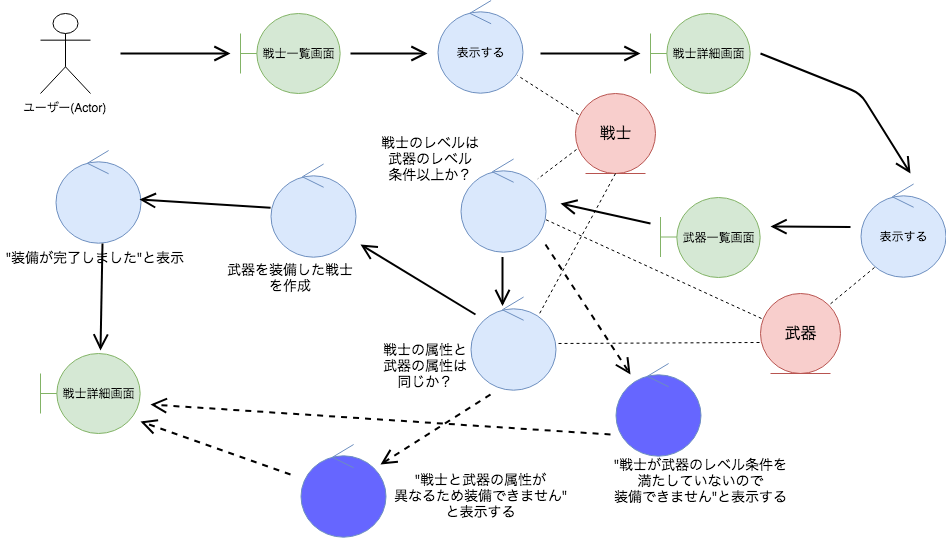
Earlier version of the draw.io export assets/img/robustness/first-robustness-diagram.png (s10myk4/scalamatsuri2019-slide). Source tidied: cells renumbered, new cells last; positions are measured from the earlier drawing's top-left corner, leaving out a move shared by most shapes. The source it was exported from:
```xml
<mxGraphModel>
  <root>
    <mxCell id="0" />
    <mxCell id="1" parent="0" />
    <mxCell id="2" value="&lt;span style=&quot;font-weight: normal&quot;&gt;戦士一覧画面&lt;/span&gt;" style="shape=umlBoundary;whiteSpace=wrap;html=1;fillColor=#d5e8d4;strokeColor=#82b366;fontStyle=1;" parent="1" vertex="1">
      <mxGeometry x="240" y="13" width="100" height="80" as="geometry" />
    </mxCell>
    <mxCell id="3" value="ユーザー(Actor)" style="shape=umlActor;verticalLabelPosition=bottom;labelBackgroundColor=#ffffff;verticalAlign=top;html=1;" parent="1" vertex="1">
      <mxGeometry x="40" y="13" width="50" height="80" as="geometry" />
    </mxCell>
    <mxCell id="4" value="&lt;font style=&quot;font-size: 12px&quot;&gt;戦士詳細画面&lt;/font&gt;" style="shape=umlBoundary;whiteSpace=wrap;html=1;fillColor=#d5e8d4;strokeColor=#82b366;" parent="1" vertex="1">
      <mxGeometry x="650" y="13" width="100" height="80" as="geometry" />
    </mxCell>
    <mxCell id="5" value="戦士詳細画面" style="shape=umlBoundary;whiteSpace=wrap;html=1;fillColor=#d5e8d4;strokeColor=#82b366;" parent="1" vertex="1">
      <mxGeometry x="40" y="353" width="100" height="80" as="geometry" />
    </mxCell>
    <mxCell id="6" style="endArrow=open;endFill=0;endSize=12;html=1;strokeWidth=2;rounded=1;jumpSize=6;" parent="1" edge="1">
      <mxGeometry relative="1" as="geometry">
        <mxPoint x="120" y="53" as="sourcePoint" />
        <mxPoint x="230" y="53" as="targetPoint" />
      </mxGeometry>
    </mxCell>
    <mxCell id="7" style="endArrow=open;endFill=0;endSize=12;html=1;strokeWidth=2;rounded=1;jumpSize=6;" parent="1" edge="1">
      <mxGeometry relative="1" as="geometry">
        <mxPoint x="350" y="53" as="sourcePoint" />
        <mxPoint x="427" y="53" as="targetPoint" />
      </mxGeometry>
    </mxCell>
    <mxCell id="8" style="endArrow=open;endFill=0;endSize=12;html=1;strokeWidth=2;rounded=1;jumpSize=6;" parent="1" edge="1">
      <mxGeometry relative="1" as="geometry">
        <mxPoint x="540" y="53" as="sourcePoint" />
        <mxPoint x="640" y="53" as="targetPoint" />
      </mxGeometry>
    </mxCell>
    <mxCell id="9" style="endArrow=open;endFill=0;endSize=12;html=1;strokeWidth=2;rounded=1;jumpSize=6;" parent="1" edge="1">
      <mxGeometry relative="1" as="geometry">
        <mxPoint x="760" y="53" as="sourcePoint" />
        <mxPoint x="910" y="173" as="targetPoint" />
        <Array as="points">
          <mxPoint x="860" y="93" />
        </Array>
      </mxGeometry>
    </mxCell>
    <mxCell id="10" style="endArrow=open;endFill=0;endSize=12;html=1;strokeWidth=2;rounded=1;jumpSize=6;" parent="1" edge="1">
      <mxGeometry relative="1" as="geometry">
        <mxPoint x="650" y="223" as="sourcePoint" />
        <mxPoint x="560" y="203" as="targetPoint" />
      </mxGeometry>
    </mxCell>
    <mxCell id="11" style="endArrow=open;endFill=0;endSize=12;html=1;strokeWidth=2;rounded=1;jumpSize=6;" parent="1" edge="1">
      <mxGeometry relative="1" as="geometry">
        <mxPoint x="850" y="226.5" as="sourcePoint" />
        <mxPoint x="770" y="226" as="targetPoint" />
      </mxGeometry>
    </mxCell>
    <mxCell id="12" style="endArrow=open;endFill=0;endSize=12;html=1;strokeWidth=2;rounded=1;jumpSize=6;" parent="1" edge="1">
      <mxGeometry relative="1" as="geometry">
        <mxPoint x="475" y="314" as="sourcePoint" />
        <mxPoint x="360" y="244" as="targetPoint" />
      </mxGeometry>
    </mxCell>
    <mxCell id="13" value="&lt;span&gt;表示する&lt;/span&gt;" style="ellipse;shape=umlControl;whiteSpace=wrap;html=1;fillColor=#dae8fc;strokeColor=#6c8ebf;" parent="1" vertex="1">
      <mxGeometry x="437.5" width="85" height="93" as="geometry" />
    </mxCell>
    <mxCell id="14" style="ellipse;shape=umlControl;whiteSpace=wrap;html=1;fillColor=#dae8fc;strokeColor=#6c8ebf;" parent="1" vertex="1">
      <mxGeometry x="270" y="163.5" width="85" height="93" as="geometry" />
    </mxCell>
    <mxCell id="15" style="ellipse;shape=umlControl;whiteSpace=wrap;html=1;fillColor=#dae8fc;strokeColor=#6c8ebf;" parent="1" vertex="1">
      <mxGeometry x="460" y="158.5" width="85" height="93" as="geometry" />
    </mxCell>
    <mxCell id="16" style="ellipse;shape=umlControl;whiteSpace=wrap;html=1;fillColor=#dae8fc;strokeColor=#6c8ebf;" parent="1" vertex="1">
      <mxGeometry x="470" y="296.5" width="85" height="93" as="geometry" />
    </mxCell>
    <mxCell id="17" value="&lt;font style=&quot;font-size: 12px&quot;&gt;武器一覧画面&lt;/font&gt;&lt;br&gt;" style="shape=umlBoundary;whiteSpace=wrap;html=1;fillColor=#d5e8d4;strokeColor=#82b366;" parent="1" vertex="1">
      <mxGeometry x="660" y="196.5" width="100" height="80" as="geometry" />
    </mxCell>
    <mxCell id="18" style="ellipse;shape=umlControl;whiteSpace=wrap;html=1;fillColor=#6666FF;strokeColor=#6c8ebf;" parent="1" vertex="1">
      <mxGeometry x="615" y="363" width="85" height="93" as="geometry" />
    </mxCell>
    <mxCell id="19" style="ellipse;shape=umlControl;whiteSpace=wrap;html=1;fillColor=#dae8fc;strokeColor=#6c8ebf;" parent="1" vertex="1">
      <mxGeometry x="55" y="150" width="85" height="93" as="geometry" />
    </mxCell>
    <mxCell id="20" style="endArrow=open;endFill=0;endSize=12;html=1;strokeWidth=2;rounded=1;jumpSize=6;entryX=0.988;entryY=0.527;entryDx=0;entryDy=0;entryPerimeter=0;" parent="1" edge="1" source="14" target="19">
      <mxGeometry relative="1" as="geometry" />
    </mxCell>
    <mxCell id="21" style="endArrow=open;endFill=0;endSize=12;html=1;strokeWidth=2;rounded=1;jumpSize=6;entryX=0.6;entryY=-0.037;entryDx=0;entryDy=0;entryPerimeter=0;exitX=0.553;exitY=1;exitDx=0;exitDy=0;exitPerimeter=0;" parent="1" edge="1" source="19" target="5">
      <mxGeometry relative="1" as="geometry" />
    </mxCell>
    <mxCell id="22" style="ellipse;shape=umlControl;whiteSpace=wrap;html=1;fillColor=#6666FF;strokeColor=#6c8ebf;" parent="1" vertex="1">
      <mxGeometry x="300" y="444" width="85" height="93" as="geometry" />
    </mxCell>
    <mxCell id="23" style="endArrow=open;endFill=0;endSize=12;html=1;strokeWidth=2;rounded=1;jumpSize=6;" parent="1" edge="1">
      <mxGeometry relative="1" as="geometry">
        <mxPoint x="502" y="256.5" as="sourcePoint" />
        <mxPoint x="502" y="305.5" as="targetPoint" />
      </mxGeometry>
    </mxCell>
    <mxCell id="24" style="endArrow=none;endFill=0;endSize=12;html=1;strokeWidth=1;rounded=1;jumpSize=6;dashed=1;entryX=0.935;entryY=0.806;entryDx=0;entryDy=0;entryPerimeter=0;exitX=0.038;exitY=0.263;exitDx=0;exitDy=0;exitPerimeter=0;" parent="1" edge="1" source="38" target="13">
      <mxGeometry relative="1" as="geometry" />
    </mxCell>
    <mxCell id="25" value="&lt;font style=&quot;font-size: 16px&quot;&gt;武器&lt;/font&gt;&lt;br&gt;" style="ellipse;shape=umlEntity;whiteSpace=wrap;html=1;fillColor=#f8cecc;strokeColor=#b85450;" parent="1" vertex="1">
      <mxGeometry x="760" y="293" width="80" height="80" as="geometry" />
    </mxCell>
    <mxCell id="26" value="&lt;font style=&quot;font-size: 12px&quot;&gt;表示する&lt;/font&gt;" style="ellipse;shape=umlControl;whiteSpace=wrap;html=1;fillColor=#dae8fc;strokeColor=#6c8ebf;" parent="1" vertex="1">
      <mxGeometry x="860" y="183.5" width="85" height="93" as="geometry" />
    </mxCell>
    <mxCell id="27" value="&lt;font style=&quot;font-size: 14px&quot;&gt;&quot;装備が完了しました&quot;と表示&lt;/font&gt;" style="text;html=1;align=center;verticalAlign=middle;fillColor=none;strokeColor=none;rounded=0;" parent="1" vertex="1">
      <mxGeometry y="246.5" width="190" height="20" as="geometry" />
    </mxCell>
    <mxCell id="28" value="&lt;span style=&quot;font-size: 14px&quot;&gt;武器を装備した戦士&lt;br&gt;を作成&lt;/span&gt;" style="text;html=1;align=center;verticalAlign=middle;fillColor=none;strokeColor=none;rounded=0;" parent="1" vertex="1">
      <mxGeometry x="220" y="257" width="140" height="40" as="geometry" />
    </mxCell>
    <mxCell id="29" value="&lt;span style=&quot;font-size: 14px&quot;&gt;戦士のレベルは&lt;br&gt;武器のレベル&lt;br&gt;条件以上か？&lt;/span&gt;" style="text;html=1;align=center;verticalAlign=middle;fillColor=none;strokeColor=none;rounded=0;" parent="1" vertex="1">
      <mxGeometry x="375" y="133" width="110" height="50" as="geometry" />
    </mxCell>
    <mxCell id="30" value="&lt;span style=&quot;font-size: 14px&quot;&gt;戦士の属性と&lt;br&gt;武器の属性は&lt;br&gt;同じか？&lt;/span&gt;" style="text;html=1;align=center;verticalAlign=middle;fillColor=none;strokeColor=none;rounded=0;" parent="1" vertex="1">
      <mxGeometry x="375" y="339.5" width="100" height="50" as="geometry" />
    </mxCell>
    <mxCell id="31" style="endArrow=open;endFill=0;endSize=12;html=1;strokeWidth=2;rounded=1;jumpSize=6;dashed=1;" parent="1" edge="1">
      <mxGeometry relative="1" as="geometry">
        <mxPoint x="545" y="244" as="sourcePoint" />
        <mxPoint x="630" y="374" as="targetPoint" />
      </mxGeometry>
    </mxCell>
    <mxCell id="32" value="&lt;span style=&quot;font-size: 14px&quot;&gt;&quot;戦士と武器の属性が&lt;br&gt;異なるため装備できません&quot;&lt;br&gt;と表示する&lt;/span&gt;" style="text;html=1;align=center;verticalAlign=middle;fillColor=none;strokeColor=none;rounded=0;" parent="1" vertex="1">
      <mxGeometry x="385" y="469.5" width="190" height="50" as="geometry" />
    </mxCell>
    <mxCell id="33" value="&lt;span style=&quot;font-size: 14px&quot;&gt;&quot;戦士が武器のレベル条件を&lt;br&gt;満たしていないので&lt;br&gt;装備できません&quot;と表示する&lt;/span&gt;" style="text;html=1;align=center;verticalAlign=middle;fillColor=none;strokeColor=none;rounded=0;" parent="1" vertex="1">
      <mxGeometry x="605" y="454.5" width="190" height="50" as="geometry" />
    </mxCell>
    <mxCell id="34" style="endArrow=open;endFill=0;endSize=12;html=1;strokeWidth=2;rounded=1;jumpSize=6;dashed=1;" parent="1" edge="1">
      <mxGeometry relative="1" as="geometry">
        <mxPoint x="490" y="394" as="sourcePoint" />
        <mxPoint x="380" y="464" as="targetPoint" />
      </mxGeometry>
    </mxCell>
    <mxCell id="35" style="endArrow=open;endFill=0;endSize=12;html=1;strokeWidth=2;rounded=1;jumpSize=6;dashed=1;" parent="1" edge="1">
      <mxGeometry relative="1" as="geometry">
        <mxPoint x="610" y="434" as="sourcePoint" />
        <mxPoint x="150" y="404" as="targetPoint" />
      </mxGeometry>
    </mxCell>
    <mxCell id="36" style="endArrow=open;endFill=0;endSize=12;html=1;strokeWidth=2;rounded=1;jumpSize=6;dashed=1;" parent="1" edge="1">
      <mxGeometry relative="1" as="geometry">
        <mxPoint x="290" y="474" as="sourcePoint" />
        <mxPoint x="140" y="421" as="targetPoint" />
      </mxGeometry>
    </mxCell>
    <mxCell id="37" style="endArrow=none;endFill=0;endSize=12;html=1;strokeWidth=1;rounded=1;jumpSize=6;entryX=1;entryY=0;entryDx=0;entryDy=0;exitX=0.165;exitY=0.898;exitDx=0;exitDy=0;exitPerimeter=0;dashed=1;" parent="1" edge="1" source="26" target="25">
      <mxGeometry relative="1" as="geometry" />
    </mxCell>
    <mxCell id="38" value="&lt;font style=&quot;font-size: 16px&quot;&gt;戦士&lt;/font&gt;" style="ellipse;shape=umlEntity;whiteSpace=wrap;html=1;fillColor=#f8cecc;strokeColor=#b85450;" parent="1" vertex="1">
      <mxGeometry x="575" y="93" width="80" height="80" as="geometry" />
    </mxCell>
    <mxCell id="39" style="endArrow=none;endFill=0;endSize=12;html=1;strokeWidth=1;rounded=1;jumpSize=6;dashed=1;exitX=0.013;exitY=0.7;exitDx=0;exitDy=0;exitPerimeter=0;" parent="1" edge="1" source="38" target="15">
      <mxGeometry relative="1" as="geometry" />
    </mxCell>
    <mxCell id="40" style="endArrow=none;endFill=0;endSize=12;html=1;strokeWidth=1;rounded=1;jumpSize=6;dashed=1;entryX=1;entryY=0.651;entryDx=0;entryDy=0;entryPerimeter=0;exitX=0.013;exitY=0.313;exitDx=0;exitDy=0;exitPerimeter=0;" parent="1" edge="1" source="25" target="15">
      <mxGeometry relative="1" as="geometry" />
    </mxCell>
    <mxCell id="41" style="endArrow=none;endFill=0;endSize=12;html=1;strokeWidth=1;rounded=1;jumpSize=6;dashed=1;exitX=-0.012;exitY=0.613;exitDx=0;exitDy=0;exitPerimeter=0;entryX=1.024;entryY=0.5;entryDx=0;entryDy=0;entryPerimeter=0;" parent="1" edge="1" source="25" target="16">
      <mxGeometry relative="1" as="geometry" />
    </mxCell>
    <mxCell id="42" style="endArrow=none;endFill=0;endSize=12;html=1;strokeWidth=1;rounded=1;jumpSize=6;dashed=1;entryX=0.8;entryY=0.199;entryDx=0;entryDy=0;entryPerimeter=0;exitX=0.5;exitY=1;exitDx=0;exitDy=0;" parent="1" edge="1" source="38" target="16">
      <mxGeometry relative="1" as="geometry" />
    </mxCell>
  </root>
</mxGraphModel>
```
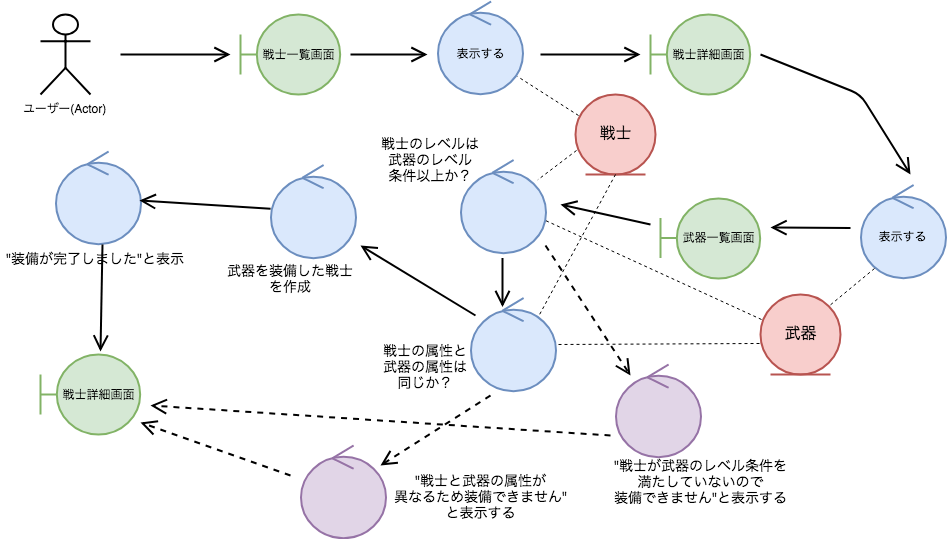
The same diagram one commit later.

Diff of the diagram source:
```diff
@@ -2,16 +2,16 @@
   <root>
     <mxCell id="0" />
     <mxCell id="1" parent="0" />
-    <mxCell id="2" value="&lt;span style=&quot;font-weight: normal&quot;&gt;戦士一覧画面&lt;/span&gt;" style="shape=umlBoundary;whiteSpace=wrap;html=1;fillColor=#d5e8d4;strokeColor=#82b366;fontStyle=1;" parent="1" vertex="1">
+    <mxCell id="2" value="&lt;span style=&quot;font-weight: normal&quot;&gt;戦士一覧画面&lt;/span&gt;" style="shape=umlBoundary;whiteSpace=wrap;html=1;fillColor=#d5e8d4;strokeColor=#82b366;fontStyle=1;strokeWidth=2;" parent="1" vertex="1">
       <mxGeometry x="240" y="13" width="100" height="80" as="geometry" />
     </mxCell>
-    <mxCell id="3" value="ユーザー(Actor)" style="shape=umlActor;verticalLabelPosition=bottom;labelBackgroundColor=#ffffff;verticalAlign=top;html=1;" parent="1" vertex="1">
+    <mxCell id="3" value="ユーザー(Actor)" style="shape=umlActor;verticalLabelPosition=bottom;labelBackgroundColor=#ffffff;verticalAlign=top;html=1;strokeWidth=2;" parent="1" vertex="1">
       <mxGeometry x="40" y="13" width="50" height="80" as="geometry" />
     </mxCell>
-    <mxCell id="4" value="&lt;font style=&quot;font-size: 12px&quot;&gt;戦士詳細画面&lt;/font&gt;" style="shape=umlBoundary;whiteSpace=wrap;html=1;fillColor=#d5e8d4;strokeColor=#82b366;" parent="1" vertex="1">
+    <mxCell id="4" value="&lt;font style=&quot;font-size: 12px&quot;&gt;戦士詳細画面&lt;/font&gt;" style="shape=umlBoundary;whiteSpace=wrap;html=1;fillColor=#d5e8d4;strokeColor=#82b366;strokeWidth=2;" parent="1" vertex="1">
       <mxGeometry x="650" y="13" width="100" height="80" as="geometry" />
     </mxCell>
-    <mxCell id="5" value="戦士詳細画面" style="shape=umlBoundary;whiteSpace=wrap;html=1;fillColor=#d5e8d4;strokeColor=#82b366;" parent="1" vertex="1">
+    <mxCell id="5" value="戦士詳細画面" style="shape=umlBoundary;whiteSpace=wrap;html=1;fillColor=#d5e8d4;strokeColor=#82b366;strokeWidth=2;" parent="1" vertex="1">
       <mxGeometry x="40" y="353" width="100" height="80" as="geometry" />
     </mxCell>
     <mxCell id="6" style="endArrow=open;endFill=0;endSize=12;html=1;strokeWidth=2;rounded=1;jumpSize=6;" parent="1" edge="1">
@@ -59,25 +59,25 @@
         <mxPoint x="360" y="244" as="targetPoint" />
       </mxGeometry>
     </mxCell>
-    <mxCell id="13" value="&lt;span&gt;表示する&lt;/span&gt;" style="ellipse;shape=umlControl;whiteSpace=wrap;html=1;fillColor=#dae8fc;strokeColor=#6c8ebf;" parent="1" vertex="1">
+    <mxCell id="13" value="&lt;span&gt;表示する&lt;/span&gt;" style="ellipse;shape=umlControl;whiteSpace=wrap;html=1;fillColor=#dae8fc;strokeColor=#6c8ebf;strokeWidth=2;" parent="1" vertex="1">
       <mxGeometry x="437.5" width="85" height="93" as="geometry" />
     </mxCell>
-    <mxCell id="14" style="ellipse;shape=umlControl;whiteSpace=wrap;html=1;fillColor=#dae8fc;strokeColor=#6c8ebf;" parent="1" vertex="1">
+    <mxCell id="14" style="ellipse;shape=umlControl;whiteSpace=wrap;html=1;fillColor=#dae8fc;strokeColor=#6c8ebf;strokeWidth=2;" parent="1" vertex="1">
       <mxGeometry x="270" y="163.5" width="85" height="93" as="geometry" />
     </mxCell>
-    <mxCell id="15" style="ellipse;shape=umlControl;whiteSpace=wrap;html=1;fillColor=#dae8fc;strokeColor=#6c8ebf;" parent="1" vertex="1">
+    <mxCell id="15" style="ellipse;shape=umlControl;whiteSpace=wrap;html=1;fillColor=#dae8fc;strokeColor=#6c8ebf;strokeWidth=2;" parent="1" vertex="1">
       <mxGeometry x="460" y="158.5" width="85" height="93" as="geometry" />
     </mxCell>
-    <mxCell id="16" style="ellipse;shape=umlControl;whiteSpace=wrap;html=1;fillColor=#dae8fc;strokeColor=#6c8ebf;" parent="1" vertex="1">
+    <mxCell id="16" style="ellipse;shape=umlControl;whiteSpace=wrap;html=1;fillColor=#dae8fc;strokeColor=#6c8ebf;strokeWidth=2;" parent="1" vertex="1">
       <mxGeometry x="470" y="296.5" width="85" height="93" as="geometry" />
     </mxCell>
-    <mxCell id="17" value="&lt;font style=&quot;font-size: 12px&quot;&gt;武器一覧画面&lt;/font&gt;&lt;br&gt;" style="shape=umlBoundary;whiteSpace=wrap;html=1;fillColor=#d5e8d4;strokeColor=#82b366;" parent="1" vertex="1">
+    <mxCell id="17" value="&lt;font style=&quot;font-size: 12px&quot;&gt;武器一覧画面&lt;/font&gt;&lt;br&gt;" style="shape=umlBoundary;whiteSpace=wrap;html=1;fillColor=#d5e8d4;strokeColor=#82b366;strokeWidth=2;" parent="1" vertex="1">
       <mxGeometry x="660" y="196.5" width="100" height="80" as="geometry" />
     </mxCell>
-    <mxCell id="18" style="ellipse;shape=umlControl;whiteSpace=wrap;html=1;fillColor=#6666FF;strokeColor=#6c8ebf;" parent="1" vertex="1">
+    <mxCell id="18" style="ellipse;shape=umlControl;whiteSpace=wrap;html=1;fillColor=#e1d5e7;strokeColor=#9673a6;strokeWidth=2;" parent="1" vertex="1">
       <mxGeometry x="615" y="363" width="85" height="93" as="geometry" />
     </mxCell>
-    <mxCell id="19" style="ellipse;shape=umlControl;whiteSpace=wrap;html=1;fillColor=#dae8fc;strokeColor=#6c8ebf;" parent="1" vertex="1">
+    <mxCell id="19" style="ellipse;shape=umlControl;whiteSpace=wrap;html=1;fillColor=#dae8fc;strokeColor=#6c8ebf;strokeWidth=2;" parent="1" vertex="1">
       <mxGeometry x="55" y="150" width="85" height="93" as="geometry" />
     </mxCell>
     <mxCell id="20" style="endArrow=open;endFill=0;endSize=12;html=1;strokeWidth=2;rounded=1;jumpSize=6;entryX=0.988;entryY=0.527;entryDx=0;entryDy=0;entryPerimeter=0;" parent="1" edge="1" source="14" target="19">
@@ -86,7 +86,7 @@
     <mxCell id="21" style="endArrow=open;endFill=0;endSize=12;html=1;strokeWidth=2;rounded=1;jumpSize=6;entryX=0.6;entryY=-0.037;entryDx=0;entryDy=0;entryPerimeter=0;exitX=0.553;exitY=1;exitDx=0;exitDy=0;exitPerimeter=0;" parent="1" edge="1" source="19" target="5">
       <mxGeometry relative="1" as="geometry" />
     </mxCell>
-    <mxCell id="22" style="ellipse;shape=umlControl;whiteSpace=wrap;html=1;fillColor=#6666FF;strokeColor=#6c8ebf;" parent="1" vertex="1">
+    <mxCell id="22" style="ellipse;shape=umlControl;whiteSpace=wrap;html=1;fillColor=#e1d5e7;strokeColor=#9673a6;strokeWidth=2;" parent="1" vertex="1">
       <mxGeometry x="300" y="444" width="85" height="93" as="geometry" />
     </mxCell>
     <mxCell id="23" style="endArrow=open;endFill=0;endSize=12;html=1;strokeWidth=2;rounded=1;jumpSize=6;" parent="1" edge="1">
@@ -98,10 +98,10 @@
     <mxCell id="24" style="endArrow=none;endFill=0;endSize=12;html=1;strokeWidth=1;rounded=1;jumpSize=6;dashed=1;entryX=0.935;entryY=0.806;entryDx=0;entryDy=0;entryPerimeter=0;exitX=0.038;exitY=0.263;exitDx=0;exitDy=0;exitPerimeter=0;" parent="1" edge="1" source="38" target="13">
       <mxGeometry relative="1" as="geometry" />
     </mxCell>
-    <mxCell id="25" value="&lt;font style=&quot;font-size: 16px&quot;&gt;武器&lt;/font&gt;&lt;br&gt;" style="ellipse;shape=umlEntity;whiteSpace=wrap;html=1;fillColor=#f8cecc;strokeColor=#b85450;" parent="1" vertex="1">
+    <mxCell id="25" value="&lt;font style=&quot;font-size: 16px&quot;&gt;武器&lt;/font&gt;&lt;br&gt;" style="ellipse;shape=umlEntity;whiteSpace=wrap;html=1;fillColor=#f8cecc;strokeColor=#b85450;strokeWidth=2;" parent="1" vertex="1">
       <mxGeometry x="760" y="293" width="80" height="80" as="geometry" />
     </mxCell>
-    <mxCell id="26" value="&lt;font style=&quot;font-size: 12px&quot;&gt;表示する&lt;/font&gt;" style="ellipse;shape=umlControl;whiteSpace=wrap;html=1;fillColor=#dae8fc;strokeColor=#6c8ebf;" parent="1" vertex="1">
+    <mxCell id="26" value="&lt;font style=&quot;font-size: 12px&quot;&gt;表示する&lt;/font&gt;" style="ellipse;shape=umlControl;whiteSpace=wrap;html=1;fillColor=#dae8fc;strokeColor=#6c8ebf;strokeWidth=2;" parent="1" vertex="1">
       <mxGeometry x="860" y="183.5" width="85" height="93" as="geometry" />
     </mxCell>
     <mxCell id="27" value="&lt;font style=&quot;font-size: 14px&quot;&gt;&quot;装備が完了しました&quot;と表示&lt;/font&gt;" style="text;html=1;align=center;verticalAlign=middle;fillColor=none;strokeColor=none;rounded=0;" parent="1" vertex="1">
@@ -149,7 +149,7 @@
     <mxCell id="37" style="endArrow=none;endFill=0;endSize=12;html=1;strokeWidth=1;rounded=1;jumpSize=6;entryX=1;entryY=0;entryDx=0;entryDy=0;exitX=0.165;exitY=0.898;exitDx=0;exitDy=0;exitPerimeter=0;dashed=1;" parent="1" edge="1" source="26" target="25">
       <mxGeometry relative="1" as="geometry" />
     </mxCell>
-    <mxCell id="38" value="&lt;font style=&quot;font-size: 16px&quot;&gt;戦士&lt;/font&gt;" style="ellipse;shape=umlEntity;whiteSpace=wrap;html=1;fillColor=#f8cecc;strokeColor=#b85450;" parent="1" vertex="1">
+    <mxCell id="38" value="&lt;font style=&quot;font-size: 16px&quot;&gt;戦士&lt;/font&gt;" style="ellipse;shape=umlEntity;whiteSpace=wrap;html=1;fillColor=#f8cecc;strokeColor=#b85450;strokeWidth=2;" parent="1" vertex="1">
       <mxGeometry x="575" y="93" width="80" height="80" as="geometry" />
     </mxCell>
     <mxCell id="39" style="endArrow=none;endFill=0;endSize=12;html=1;strokeWidth=1;rounded=1;jumpSize=6;dashed=1;exitX=0.013;exitY=0.7;exitDx=0;exitDy=0;exitPerimeter=0;" parent="1" edge="1" source="38" target="15">
```
